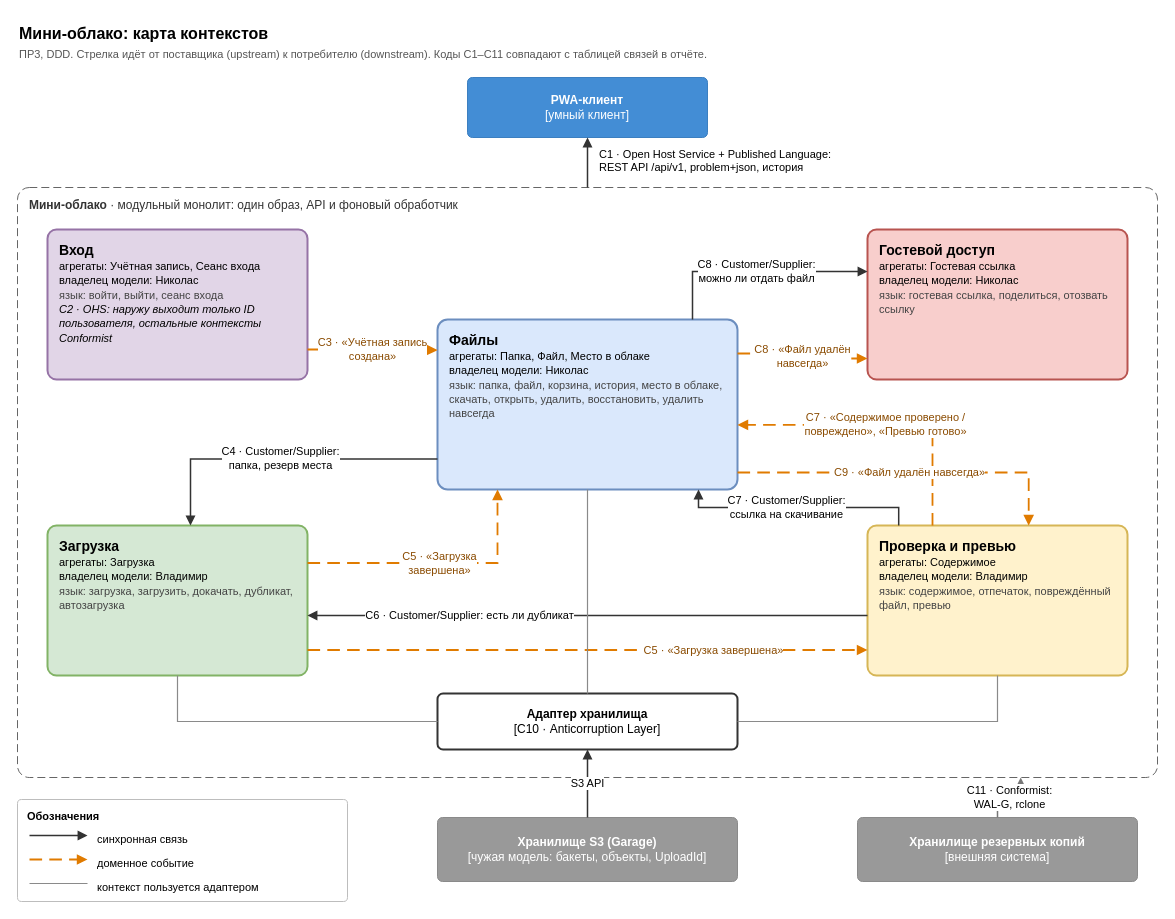
Above: page "Карта контекстов" (1 of 6) of docs/domain/ddd-model.drawio in NicolasRAA/minicloud (draw.io), before the change. Source tidied: cells renumbered, new cells numbered last; positions are measured from the earlier drawing's top-left corner, leaving out a move shared by most shapes. Both pictures are drawn from the tidied source at 100%, with x=0, y=0 at pixel (17, 17).
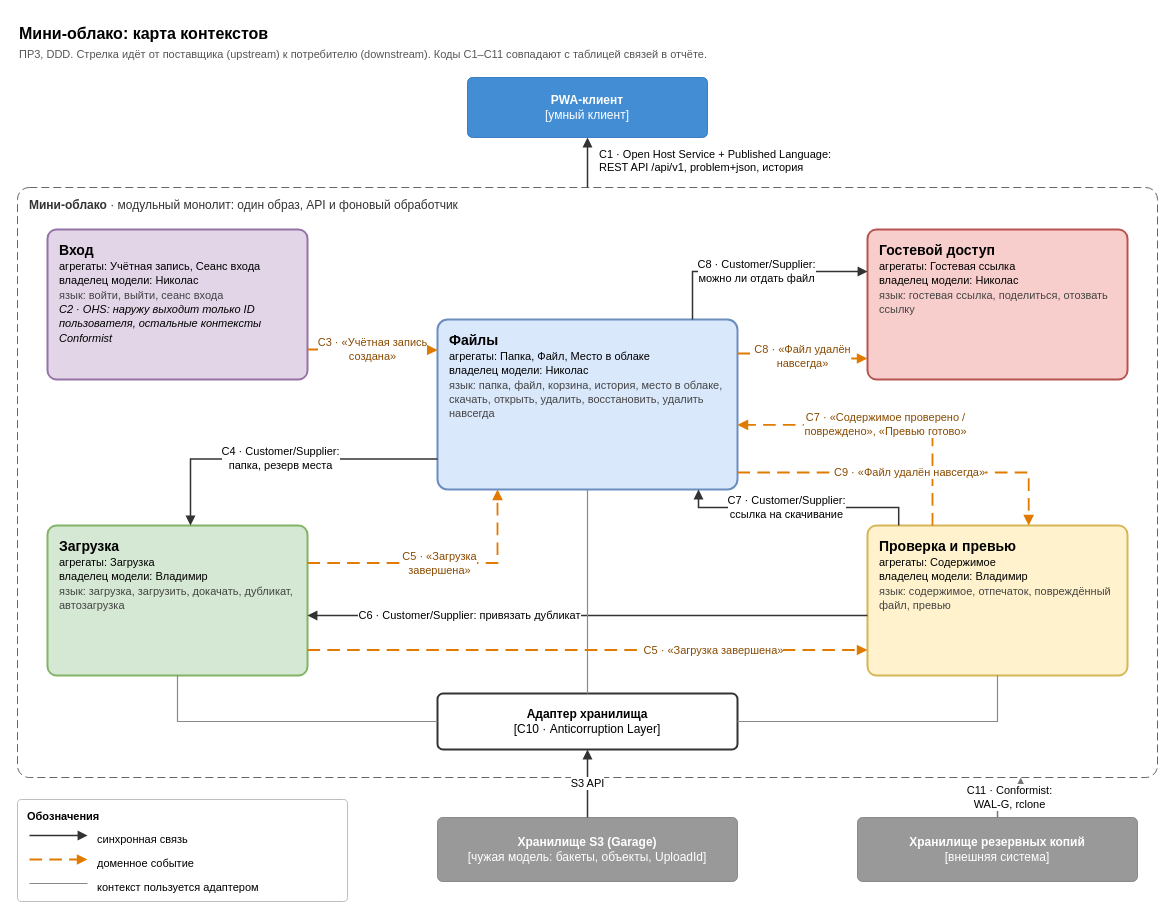
After the change.

Commit message (it also covers changes not shown here):
docs(domain): связь С6 стала командой «привязать дубликат»

Unchanged cells that the change refers to:
```xml
<mxCell id="9" value="&lt;b style=&quot;font-size:14px&quot;&gt;Загрузка&lt;/b&gt;&lt;br&gt;&lt;font style=&quot;font-size:11px&quot;&gt;агрегаты: Загрузка&lt;br&gt;владелец модели: Владимир&lt;br&gt;&lt;font color=&quot;#444444&quot;&gt;язык: загрузка, загрузить, докачать, дубликат, автозагрузка&lt;/font&gt;&lt;/font&gt;" style="html=1;whiteSpace=wrap;fontFamily=Helvetica;rounded=1;arcSize=6;fillColor=#D5E8D4;strokeColor=#82B366;strokeWidth=2;verticalAlign=top;align=left;spacingLeft=10;spacingTop=6;fontSize=12;" parent="1" vertex="1">
  <mxGeometry x="30" y="508" width="260" height="150" as="geometry" />
</mxCell>
<mxCell id="10" value="&lt;b style=&quot;font-size:14px&quot;&gt;Проверка и превью&lt;/b&gt;&lt;br&gt;&lt;font style=&quot;font-size:11px&quot;&gt;агрегаты: Содержимое&lt;br&gt;владелец модели: Владимир&lt;br&gt;&lt;font color=&quot;#444444&quot;&gt;язык: содержимое, отпечаток, повреждённый файл, превью&lt;/font&gt;&lt;/font&gt;" style="html=1;whiteSpace=wrap;fontFamily=Helvetica;rounded=1;arcSize=6;fillColor=#FFF2CC;strokeColor=#D6B656;strokeWidth=2;verticalAlign=top;align=left;spacingLeft=10;spacingTop=6;fontSize=12;" parent="1" vertex="1">
  <mxGeometry x="850" y="508" width="260" height="150" as="geometry" />
</mxCell>
```

What changed in the source:
```diff
@@
-    <mxCell id="21" value="С6 · Customer/Supplier: есть ли дубликат" style="html=1;fontFamily=Helvetica;fontSize=11;labelBackgroundColor=#FFFFFF;endArrow=block;endFill=1;strokeColor=#333333;strokeWidth=1.5;edgeStyle=orthogonalEdgeStyle;rounded=0;exitX=0;exitY=0.6;entryX=1;entryY=0.6;" parent="1" edge="1" source="10" target="9">
+    <mxCell id="21" value="С6 · Customer/Supplier: привязать дубликат" style="html=1;fontFamily=Helvetica;fontSize=11;labelBackgroundColor=#FFFFFF;endArrow=block;endFill=1;strokeColor=#333333;strokeWidth=1.5;edgeStyle=orthogonalEdgeStyle;rounded=0;exitX=0;exitY=0.6;entryX=1;entryY=0.6;" parent="1" edge="1" source="10" target="9">
       <mxGeometry x="0.42" relative="1" as="geometry" />
     </mxCell>
```
